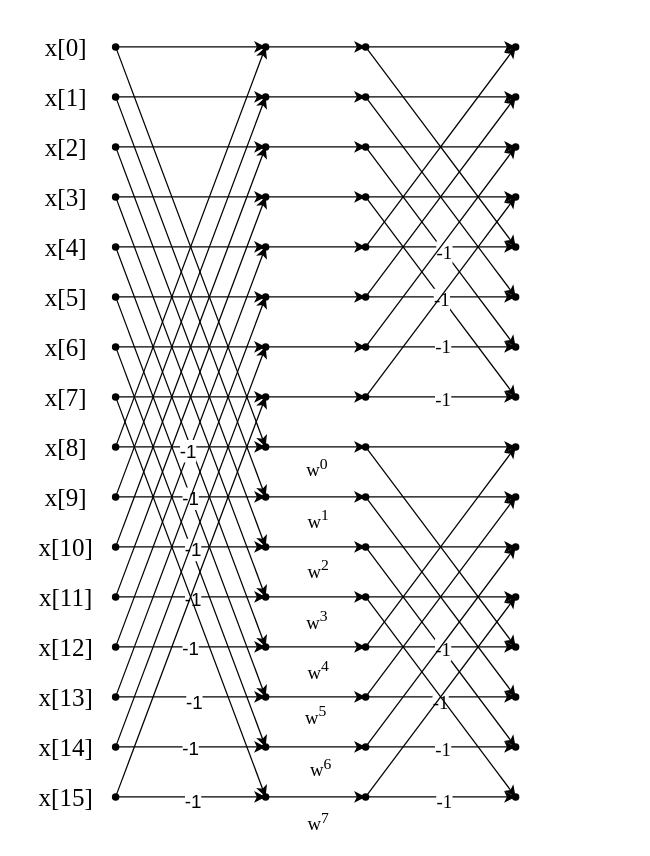
Above: DIF_BFG.drawio in ALpht/16_FFT (draw.io), before the change. Source tidied: cells renumbered, new cells numbered last; positions are measured from the earlier drawing's top-left corner, leaving out a move shared by most shapes. Both pictures are drawn from the tidied source at 125%, with x=0, y=0 at pixel (21, 21).
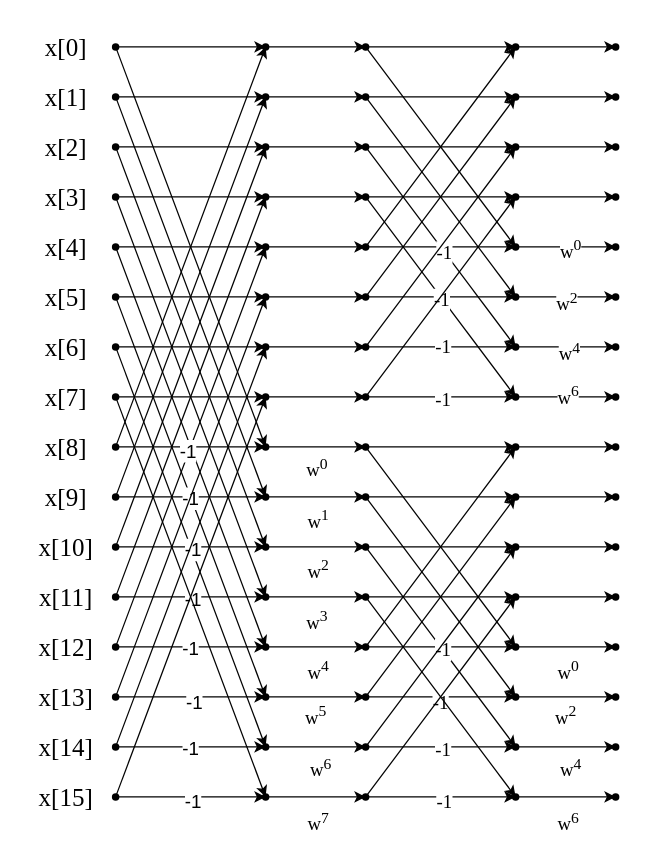
The same page after the edit.

Change to the diagram source:
```diff
@@
+    <mxCell id="186" style="edgeStyle=none;shape=connector;rounded=0;jettySize=auto;html=1;labelBackgroundColor=default;strokeColor=default;align=center;verticalAlign=middle;fontFamily=Helvetica;fontSize=11;fontColor=default;endArrow=classic;" parent="1" edge="1" target="197">
+      <mxGeometry relative="1" as="geometry">
+        <mxPoint x="395" y="20" as="sourcePoint" />
+      </mxGeometry>
+    </mxCell>
+    <mxCell id="187" style="edgeStyle=none;shape=connector;rounded=0;jettySize=auto;html=1;labelBackgroundColor=default;strokeColor=default;align=center;verticalAlign=middle;fontFamily=Helvetica;fontSize=11;fontColor=default;endArrow=classic;" parent="1" edge="1" target="200">
+      <mxGeometry relative="1" as="geometry">
+        <mxPoint x="395" y="60" as="sourcePoint" />
+      </mxGeometry>
+    </mxCell>
+    <mxCell id="188" style="edgeStyle=none;shape=connector;rounded=0;jettySize=auto;html=1;labelBackgroundColor=default;strokeColor=default;align=center;verticalAlign=middle;fontFamily=Helvetica;fontSize=11;fontColor=default;endArrow=classic;" parent="1" edge="1" target="201">
+      <mxGeometry relative="1" as="geometry">
+        <mxPoint x="395" y="180" as="sourcePoint" />
+      </mxGeometry>
+    </mxCell>
+    <mxCell id="189" value="&lt;font style=&quot;font-size: 15px;&quot; face=&quot;Times New Roman&quot;&gt;w&lt;sup&gt;0&lt;/sup&gt;&lt;/font&gt;" style="edgeLabel;html=1;align=center;verticalAlign=middle;fontSize=11;fontFamily=Helvetica;fontColor=default;" parent="188" vertex="1">
+      <mxGeometry x="0.07" y="-1" relative="1" as="geometry" />
+    </mxCell>
+    <mxCell id="190" style="edgeStyle=none;shape=connector;rounded=0;jettySize=auto;html=1;labelBackgroundColor=default;strokeColor=default;align=center;verticalAlign=middle;fontFamily=Helvetica;fontSize=11;fontColor=default;endArrow=classic;" parent="1" edge="1" target="202">
+      <mxGeometry relative="1" as="geometry">
+        <mxPoint x="395" y="300" as="sourcePoint" />
+      </mxGeometry>
+    </mxCell>
+    <mxCell id="191" value="&lt;font style=&quot;font-size: 15px;&quot; face=&quot;Times New Roman&quot;&gt;w&lt;sup style=&quot;border-color: var(--border-color);&quot;&gt;6&lt;/sup&gt;&lt;/font&gt;" style="edgeLabel;html=1;align=center;verticalAlign=middle;fontSize=11;fontFamily=Helvetica;fontColor=default;" parent="190" vertex="1">
+      <mxGeometry x="0.03" y="2" relative="1" as="geometry" />
+    </mxCell>
+    <mxCell id="192" style="edgeStyle=none;shape=connector;rounded=0;jettySize=auto;html=1;labelBackgroundColor=default;strokeColor=default;align=center;verticalAlign=middle;fontFamily=Helvetica;fontSize=11;fontColor=default;endArrow=classic;" parent="1" edge="1" target="203">
+      <mxGeometry relative="1" as="geometry">
+        <mxPoint x="395" y="260" as="sourcePoint" />
+      </mxGeometry>
+    </mxCell>
+    <mxCell id="193" value="&lt;font style=&quot;font-size: 15px;&quot; face=&quot;Times New Roman&quot;&gt;w&lt;sup style=&quot;border-color: var(--border-color);&quot;&gt;4&lt;/sup&gt;&lt;/font&gt;" style="edgeLabel;html=1;align=center;verticalAlign=middle;fontSize=11;fontFamily=Helvetica;fontColor=default;" parent="192" vertex="1">
+      <mxGeometry x="0.05" y="-3" relative="1" as="geometry" />
+    </mxCell>
+    <mxCell id="194" style="edgeStyle=none;shape=connector;rounded=0;jettySize=auto;html=1;labelBackgroundColor=default;strokeColor=default;align=center;verticalAlign=middle;fontFamily=Helvetica;fontSize=11;fontColor=default;endArrow=classic;" parent="1" edge="1" target="207">
+      <mxGeometry relative="1" as="geometry">
+        <mxPoint x="395" y="420" as="sourcePoint" />
+      </mxGeometry>
+    </mxCell>
+    <mxCell id="195" style="edgeStyle=none;shape=connector;rounded=0;jettySize=auto;html=1;labelBackgroundColor=default;strokeColor=default;align=center;verticalAlign=middle;fontFamily=Helvetica;fontSize=11;fontColor=default;endArrow=classic;" parent="1" edge="1" target="211">
+      <mxGeometry relative="1" as="geometry">
+        <mxPoint x="395" y="580" as="sourcePoint" />
+      </mxGeometry>
+    </mxCell>
+    <mxCell id="196" value="&lt;font style=&quot;font-size: 15px;&quot; face=&quot;Times New Roman&quot;&gt;w&lt;sup&gt;4&lt;/sup&gt;&lt;/font&gt;" style="edgeLabel;html=1;align=center;verticalAlign=top;fontSize=11;fontFamily=Helvetica;fontColor=default;labelPosition=center;verticalLabelPosition=bottom;" parent="195" vertex="1">
+      <mxGeometry x="0.07" relative="1" as="geometry" />
+    </mxCell>
+    <mxCell id="197" style="shape=waypoint;sketch=0;size=6;points=[];fillColor=none;perimeter=centerPerimeter;snapToPoint=1;" parent="1" vertex="1">
+      <mxGeometry x="465" y="10" width="20" height="20" as="geometry" />
+    </mxCell>
+    <mxCell id="198" style="shape=waypoint;sketch=0;size=6;points=[];fillColor=none;perimeter=centerPerimeter;snapToPoint=1;" parent="1" vertex="1">
+      <mxGeometry x="465" y="130" width="20" height="20" as="geometry" />
+    </mxCell>
+    <mxCell id="199" style="shape=waypoint;sketch=0;size=6;points=[];fillColor=none;perimeter=centerPerimeter;snapToPoint=1;" parent="1" vertex="1">
+      <mxGeometry x="465" y="90" width="20" height="20" as="geometry" />
+    </mxCell>
+    <mxCell id="200" style="shape=waypoint;sketch=0;size=6;points=[];fillColor=none;perimeter=centerPerimeter;snapToPoint=1;" parent="1" vertex="1">
+      <mxGeometry x="465" y="50" width="20" height="20" as="geometry" />
+    </mxCell>
+    <mxCell id="201" style="shape=waypoint;sketch=0;size=6;points=[];fillColor=none;perimeter=centerPerimeter;snapToPoint=1;" parent="1" vertex="1">
+      <mxGeometry x="465" y="170" width="20" height="20" as="geometry" />
+    </mxCell>
+    <mxCell id="202" style="shape=waypoint;sketch=0;size=6;points=[];fillColor=none;perimeter=centerPerimeter;snapToPoint=1;" parent="1" vertex="1">
+      <mxGeometry x="465" y="290" width="20" height="20" as="geometry" />
+    </mxCell>
+    <mxCell id="203" style="shape=waypoint;sketch=0;size=6;points=[];fillColor=none;perimeter=centerPerimeter;snapToPoint=1;" parent="1" vertex="1">
+      <mxGeometry x="465" y="250" width="20" height="20" as="geometry" />
+    </mxCell>
+    <mxCell id="204" style="shape=waypoint;sketch=0;size=6;points=[];fillColor=none;perimeter=centerPerimeter;snapToPoint=1;" parent="1" vertex="1">
+      <mxGeometry x="465" y="210" width="20" height="20" as="geometry" />
+    </mxCell>
+    <mxCell id="205" style="shape=waypoint;sketch=0;size=6;points=[];fillColor=none;perimeter=centerPerimeter;snapToPoint=1;" parent="1" vertex="1">
+      <mxGeometry x="465" y="330" width="20" height="20" as="geometry" />
+    </mxCell>
+    <mxCell id="206" style="shape=waypoint;sketch=0;size=6;points=[];fillColor=none;perimeter=centerPerimeter;snapToPoint=1;" parent="1" vertex="1">
+      <mxGeometry x="465" y="450" width="20" height="20" as="geometry" />
+    </mxCell>
+    <mxCell id="207" style="shape=waypoint;sketch=0;size=6;points=[];fillColor=none;perimeter=centerPerimeter;snapToPoint=1;" parent="1" vertex="1">
+      <mxGeometry x="465" y="410" width="20" height="20" as="geometry" />
+    </mxCell>
+    <mxCell id="208" style="shape=waypoint;sketch=0;size=6;points=[];fillColor=none;perimeter=centerPerimeter;snapToPoint=1;" parent="1" vertex="1">
+      <mxGeometry x="465" y="370" width="20" height="20" as="geometry" />
+    </mxCell>
+    <mxCell id="209" style="shape=waypoint;sketch=0;size=6;points=[];fillColor=none;perimeter=centerPerimeter;snapToPoint=1;" parent="1" vertex="1">
+      <mxGeometry x="465" y="490" width="20" height="20" as="geometry" />
+    </mxCell>
+    <mxCell id="210" style="shape=waypoint;sketch=0;size=6;points=[];fillColor=none;perimeter=centerPerimeter;snapToPoint=1;" parent="1" vertex="1">
+      <mxGeometry x="465" y="610" width="20" height="20" as="geometry" />
+    </mxCell>
+    <mxCell id="211" style="shape=waypoint;sketch=0;size=6;points=[];fillColor=none;perimeter=centerPerimeter;snapToPoint=1;" parent="1" vertex="1">
+      <mxGeometry x="465" y="570" width="20" height="20" as="geometry" />
+    </mxCell>
+    <mxCell id="212" style="shape=waypoint;sketch=0;size=6;points=[];fillColor=none;perimeter=centerPerimeter;snapToPoint=1;" parent="1" vertex="1">
+      <mxGeometry x="465" y="530" width="20" height="20" as="geometry" />
+    </mxCell>
+    <mxCell id="213" style="edgeStyle=none;shape=connector;rounded=0;jettySize=auto;html=1;entryX=0.05;entryY=0.5;entryDx=0;entryDy=0;entryPerimeter=0;labelBackgroundColor=default;strokeColor=default;align=center;verticalAlign=middle;fontFamily=Helvetica;fontSize=11;fontColor=default;endArrow=classic;" parent="1" edge="1" target="199">
+      <mxGeometry relative="1" as="geometry">
+        <mxPoint x="395" y="100" as="sourcePoint" />
+      </mxGeometry>
+    </mxCell>
+    <mxCell id="214" style="edgeStyle=none;shape=connector;rounded=0;jettySize=auto;html=1;entryX=-0.1;entryY=0.35;entryDx=0;entryDy=0;entryPerimeter=0;labelBackgroundColor=default;strokeColor=default;align=center;verticalAlign=middle;fontFamily=Helvetica;fontSize=11;fontColor=default;endArrow=classic;" parent="1" edge="1" target="198">
+      <mxGeometry relative="1" as="geometry">
+        <mxPoint x="395" y="140" as="sourcePoint" />
+      </mxGeometry>
+    </mxCell>
+    <mxCell id="215" style="edgeStyle=none;shape=connector;rounded=0;jettySize=auto;html=1;entryX=0.75;entryY=0.45;entryDx=0;entryDy=0;entryPerimeter=0;labelBackgroundColor=default;strokeColor=default;align=center;verticalAlign=middle;fontFamily=Helvetica;fontSize=11;fontColor=default;endArrow=classic;" parent="1" edge="1" target="204">
+      <mxGeometry relative="1" as="geometry">
+        <mxPoint x="395" y="220" as="sourcePoint" />
+      </mxGeometry>
+    </mxCell>
+    <mxCell id="216" value="&lt;font style=&quot;font-size: 15px;&quot; face=&quot;Times New Roman&quot;&gt;w&lt;sup style=&quot;border-color: var(--border-color);&quot;&gt;2&lt;/sup&gt;&lt;/font&gt;" style="edgeLabel;html=1;align=center;verticalAlign=middle;fontSize=11;fontFamily=Helvetica;fontColor=default;" parent="215" vertex="1">
+      <mxGeometry y="-3" relative="1" as="geometry" />
+    </mxCell>
+    <mxCell id="217" style="edgeStyle=none;shape=connector;rounded=0;jettySize=auto;html=1;entryX=0.2;entryY=0.5;entryDx=0;entryDy=0;entryPerimeter=0;labelBackgroundColor=default;strokeColor=default;align=center;verticalAlign=middle;fontFamily=Helvetica;fontSize=11;fontColor=default;endArrow=classic;" parent="1" edge="1" target="205">
+      <mxGeometry relative="1" as="geometry">
+        <mxPoint x="395" y="340" as="sourcePoint" />
+      </mxGeometry>
+    </mxCell>
+    <mxCell id="218" style="edgeStyle=none;shape=connector;rounded=0;jettySize=auto;html=1;entryX=0.2;entryY=0.6;entryDx=0;entryDy=0;entryPerimeter=0;labelBackgroundColor=default;strokeColor=default;align=center;verticalAlign=middle;fontFamily=Helvetica;fontSize=11;fontColor=default;endArrow=classic;" parent="1" edge="1" target="208">
+      <mxGeometry relative="1" as="geometry">
+        <mxPoint x="395" y="380" as="sourcePoint" />
+      </mxGeometry>
+    </mxCell>
+    <mxCell id="219" style="edgeStyle=none;shape=connector;rounded=0;jettySize=auto;html=1;entryX=0.4;entryY=0.75;entryDx=0;entryDy=0;entryPerimeter=0;labelBackgroundColor=default;strokeColor=default;align=center;verticalAlign=middle;fontFamily=Helvetica;fontSize=11;fontColor=default;endArrow=classic;" parent="1" edge="1" target="206">
+      <mxGeometry relative="1" as="geometry">
+        <mxPoint x="395" y="460" as="sourcePoint" />
+      </mxGeometry>
+    </mxCell>
+    <mxCell id="220" style="edgeStyle=none;shape=connector;rounded=0;jettySize=auto;html=1;entryX=0.25;entryY=0.6;entryDx=0;entryDy=0;entryPerimeter=0;labelBackgroundColor=default;strokeColor=default;align=center;verticalAlign=middle;fontFamily=Helvetica;fontSize=11;fontColor=default;endArrow=classic;" parent="1" edge="1" target="209">
+      <mxGeometry relative="1" as="geometry">
+        <mxPoint x="395" y="500" as="sourcePoint" />
+      </mxGeometry>
+    </mxCell>
+    <mxCell id="221" value="&lt;font style=&quot;font-size: 15px;&quot; face=&quot;Times New Roman&quot;&gt;w&lt;sup&gt;0&lt;/sup&gt;&lt;/font&gt;" style="edgeLabel;html=1;align=center;verticalAlign=top;fontSize=11;fontFamily=Helvetica;fontColor=default;labelPosition=center;verticalLabelPosition=bottom;" parent="220" vertex="1">
+      <mxGeometry x="0.03" y="-2" relative="1" as="geometry" />
+    </mxCell>
+    <mxCell id="222" style="edgeStyle=none;shape=connector;rounded=0;jettySize=auto;html=1;entryX=0.2;entryY=0.45;entryDx=0;entryDy=0;entryPerimeter=0;labelBackgroundColor=default;strokeColor=default;align=center;verticalAlign=middle;fontFamily=Helvetica;fontSize=11;fontColor=default;endArrow=classic;" parent="1" edge="1" target="212">
+      <mxGeometry relative="1" as="geometry">
+        <mxPoint x="395" y="540" as="sourcePoint" />
+      </mxGeometry>
+    </mxCell>
+    <mxCell id="223" value="&lt;font style=&quot;font-size: 15px;&quot; face=&quot;Times New Roman&quot;&gt;w&lt;sup&gt;2&lt;/sup&gt;&lt;/font&gt;" style="edgeLabel;html=1;align=center;verticalAlign=top;fontSize=11;fontFamily=Helvetica;fontColor=default;labelPosition=center;verticalLabelPosition=bottom;" parent="222" vertex="1">
+      <mxGeometry x="-0.03" y="2" relative="1" as="geometry" />
+    </mxCell>
+    <mxCell id="224" style="edgeStyle=none;shape=connector;rounded=0;jettySize=auto;html=1;entryX=-0.15;entryY=0.5;entryDx=0;entryDy=0;entryPerimeter=0;labelBackgroundColor=default;strokeColor=default;align=center;verticalAlign=middle;fontFamily=Helvetica;fontSize=11;fontColor=default;endArrow=classic;" parent="1" edge="1" target="210">
+      <mxGeometry relative="1" as="geometry">
+        <mxPoint x="395" y="620" as="sourcePoint" />
+      </mxGeometry>
+    </mxCell>
+    <mxCell id="225" value="&lt;font style=&quot;font-size: 15px;&quot; face=&quot;Times New Roman&quot;&gt;w&lt;sup&gt;6&lt;/sup&gt;&lt;/font&gt;" style="edgeLabel;html=1;align=center;verticalAlign=top;fontSize=11;fontFamily=Helvetica;fontColor=default;labelPosition=center;verticalLabelPosition=bottom;" parent="224" vertex="1">
+      <mxGeometry x="0.03" y="-3" relative="1" as="geometry" />
+    </mxCell>
```
